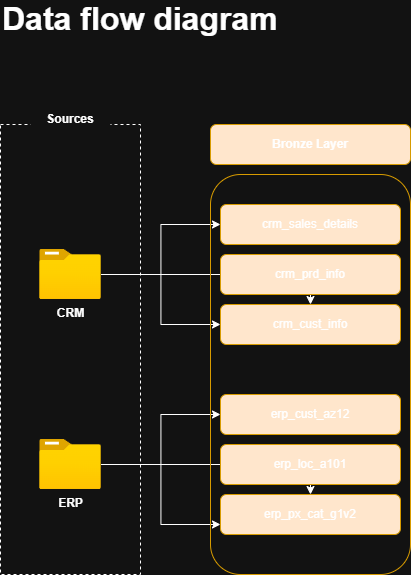
Earlier version of the draw.io export docs/data-flow-diagram.drawio.png (aswnvm/sql-data-warehouse-project). Source tidied: cells renumbered, new cells last; positions are measured from the earlier drawing's top-left corner, leaving out a move shared by most shapes.
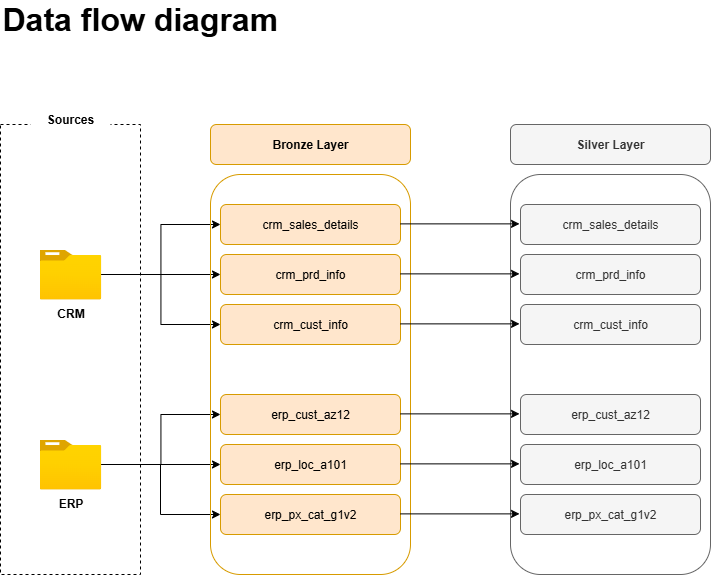
Later version of the same file.

Commit message:
updated data-flow diagram (.png)

What changed in the source:
```diff
@@ -8,7 +8,7 @@
     <mxCell id="3" value="&lt;b&gt;Sources&lt;/b&gt;" style="text;html=1;align=center;verticalAlign=middle;whiteSpace=wrap;rounded=0;fillColor=default;" parent="1" vertex="1">
       <mxGeometry x="30" y="100" width="80" height="30" as="geometry" />
     </mxCell>
-    <mxCell id="4" style="edgeStyle=orthogonalEdgeStyle;rounded=0;jettySize=auto;html=1;" parent="1" edge="1" source="7" target="16">
+    <mxCell id="4" style="edgeStyle=orthogonalEdgeStyle;rounded=0;jettySize=auto;html=1;entryX=0;entryY=0.5;entryDx=0;entryDy=0;" parent="1" edge="1" source="7" target="15">
       <mxGeometry relative="1" as="geometry" />
     </mxCell>
     <mxCell id="5" style="edgeStyle=orthogonalEdgeStyle;rounded=0;jettySize=auto;html=1;entryX=0;entryY=0.5;entryDx=0;entryDy=0;" parent="1" edge="1" source="7" target="14">
@@ -20,14 +20,19 @@
     <mxCell id="7" value="&lt;b&gt;CRM&lt;/b&gt;" style="image;html=1;points=[];align=center;fontSize=12;image=img/lib/azure2/general/Folder_Blank.svg;" parent="1" vertex="1">
       <mxGeometry x="39.2" y="245" width="61.6" height="50" as="geometry" />
     </mxCell>
-    <mxCell id="8" style="edgeStyle=orthogonalEdgeStyle;rounded=0;jettySize=auto;html=1;" parent="1" edge="1" source="11" target="19">
+    <mxCell id="8" style="edgeStyle=orthogonalEdgeStyle;rounded=0;jettySize=auto;html=1;entryX=0;entryY=0.5;entryDx=0;entryDy=0;" parent="1" edge="1" source="11" target="18">
       <mxGeometry relative="1" as="geometry" />
     </mxCell>
     <mxCell id="9" style="edgeStyle=orthogonalEdgeStyle;rounded=0;jettySize=auto;html=1;entryX=0;entryY=0.5;entryDx=0;entryDy=0;" parent="1" edge="1" source="11" target="17">
       <mxGeometry relative="1" as="geometry" />
     </mxCell>
-    <mxCell id="10" style="edgeStyle=orthogonalEdgeStyle;rounded=0;jettySize=auto;html=1;entryX=0;entryY=0.75;entryDx=0;entryDy=0;" parent="1" edge="1" source="11" target="19">
-      <mxGeometry relative="1" as="geometry" />
+    <mxCell id="10" style="edgeStyle=orthogonalEdgeStyle;rounded=0;jettySize=auto;html=1;entryX=0;entryY=0.5;entryDx=0;entryDy=0;" parent="1" edge="1" source="11" target="19">
+      <mxGeometry relative="1" as="geometry">
+        <Array as="points">
+          <mxPoint x="160" y="460" />
+          <mxPoint x="160" y="510" />
+        </Array>
+      </mxGeometry>
     </mxCell>
     <mxCell id="11" value="&lt;b&gt;ERP&lt;/b&gt;" style="image;html=1;points=[];align=center;fontSize=12;image=img/lib/azure2/general/Folder_Blank.svg;" parent="1" vertex="1">
       <mxGeometry x="39.2" y="435" width="61.6" height="50" as="geometry" />
@@ -59,5 +64,65 @@
     <mxCell id="20" value="Data flow diagram" style="text;html=1;align=left;verticalAlign=middle;whiteSpace=wrap;rounded=0;fontStyle=1;fontSize=32;" parent="1" vertex="1">
       <mxGeometry width="370" height="30" as="geometry" />
     </mxCell>
+    <mxCell id="21" style="rounded=1;whiteSpace=wrap;html=1;fillColor=none;strokeColor=#666666;fontColor=#333333;" parent="1" vertex="1">
+      <mxGeometry x="510" y="170" width="200" height="400" as="geometry" />
+    </mxCell>
+    <mxCell id="22" value="&lt;b&gt;Silver Layer&lt;/b&gt;" style="rounded=1;whiteSpace=wrap;html=1;fillColor=#f5f5f5;strokeColor=#666666;fontColor=#333333;" parent="1" vertex="1">
+      <mxGeometry x="510" y="120" width="200" height="40" as="geometry" />
+    </mxCell>
+    <mxCell id="23" value="crm_sales_details" style="rounded=1;whiteSpace=wrap;html=1;fillColor=#f5f5f5;strokeColor=#666666;fontColor=#333333;" parent="1" vertex="1">
+      <mxGeometry x="520" y="200" width="180" height="40" as="geometry" />
+    </mxCell>
+    <mxCell id="24" value="crm_prd_info" style="rounded=1;whiteSpace=wrap;html=1;fillColor=#f5f5f5;strokeColor=#666666;fontColor=#333333;" parent="1" vertex="1">
+      <mxGeometry x="520" y="250" width="180" height="40" as="geometry" />
+    </mxCell>
+    <mxCell id="25" value="crm_cust_info" style="rounded=1;whiteSpace=wrap;html=1;fillColor=#f5f5f5;strokeColor=#666666;fontColor=#333333;" parent="1" vertex="1">
+      <mxGeometry x="520" y="300" width="180" height="40" as="geometry" />
+    </mxCell>
+    <mxCell id="26" value="erp_cust_az12" style="rounded=1;whiteSpace=wrap;html=1;fillColor=#f5f5f5;strokeColor=#666666;fontColor=#333333;" parent="1" vertex="1">
+      <mxGeometry x="520" y="390" width="180" height="40" as="geometry" />
+    </mxCell>
+    <mxCell id="27" value="erp_loc_a101" style="rounded=1;whiteSpace=wrap;html=1;fillColor=#f5f5f5;strokeColor=#666666;fontColor=#333333;" parent="1" vertex="1">
+      <mxGeometry x="520" y="440" width="180" height="40" as="geometry" />
+    </mxCell>
+    <mxCell id="28" value="erp_px_cat_g1v2" style="rounded=1;whiteSpace=wrap;html=1;fillColor=#f5f5f5;strokeColor=#666666;fontColor=#333333;" parent="1" vertex="1">
+      <mxGeometry x="520" y="490" width="180" height="40" as="geometry" />
+    </mxCell>
+    <mxCell id="29" style="edgeStyle=orthogonalEdgeStyle;rounded=0;orthogonalLoop=1;jettySize=auto;html=1;entryX=0;entryY=0.5;entryDx=0;entryDy=0;" parent="1" edge="1">
+      <mxGeometry relative="1" as="geometry">
+        <mxPoint x="400" y="509.4" as="sourcePoint" />
+        <mxPoint x="519" y="509.4" as="targetPoint" />
+      </mxGeometry>
+    </mxCell>
+    <mxCell id="30" style="edgeStyle=orthogonalEdgeStyle;rounded=0;orthogonalLoop=1;jettySize=auto;html=1;entryX=0;entryY=0.5;entryDx=0;entryDy=0;" parent="1" edge="1">
+      <mxGeometry relative="1" as="geometry">
+        <mxPoint x="400" y="459.4" as="sourcePoint" />
+        <mxPoint x="519" y="459.4" as="targetPoint" />
+      </mxGeometry>
+    </mxCell>
+    <mxCell id="31" style="edgeStyle=orthogonalEdgeStyle;rounded=0;orthogonalLoop=1;jettySize=auto;html=1;entryX=0;entryY=0.5;entryDx=0;entryDy=0;" parent="1" edge="1">
+      <mxGeometry relative="1" as="geometry">
+        <mxPoint x="400" y="409.4" as="sourcePoint" />
+        <mxPoint x="519" y="409.4" as="targetPoint" />
+      </mxGeometry>
+    </mxCell>
+    <mxCell id="32" style="edgeStyle=orthogonalEdgeStyle;rounded=0;orthogonalLoop=1;jettySize=auto;html=1;entryX=0;entryY=0.5;entryDx=0;entryDy=0;" parent="1" edge="1">
+      <mxGeometry relative="1" as="geometry">
+        <mxPoint x="400" y="319.4" as="sourcePoint" />
+        <mxPoint x="519" y="319.4" as="targetPoint" />
+      </mxGeometry>
+    </mxCell>
+    <mxCell id="33" style="edgeStyle=orthogonalEdgeStyle;rounded=0;orthogonalLoop=1;jettySize=auto;html=1;entryX=0;entryY=0.5;entryDx=0;entryDy=0;" parent="1" edge="1">
+      <mxGeometry relative="1" as="geometry">
+        <mxPoint x="400" y="269.4" as="sourcePoint" />
+        <mxPoint x="519" y="269.4" as="targetPoint" />
+      </mxGeometry>
+    </mxCell>
+    <mxCell id="34" style="edgeStyle=orthogonalEdgeStyle;rounded=0;orthogonalLoop=1;jettySize=auto;html=1;entryX=0;entryY=0.5;entryDx=0;entryDy=0;" parent="1" edge="1">
+      <mxGeometry relative="1" as="geometry">
+        <mxPoint x="400" y="219.4" as="sourcePoint" />
+        <mxPoint x="519" y="219.4" as="targetPoint" />
+      </mxGeometry>
+    </mxCell>
   </root>
 </mxGraphModel>
```
